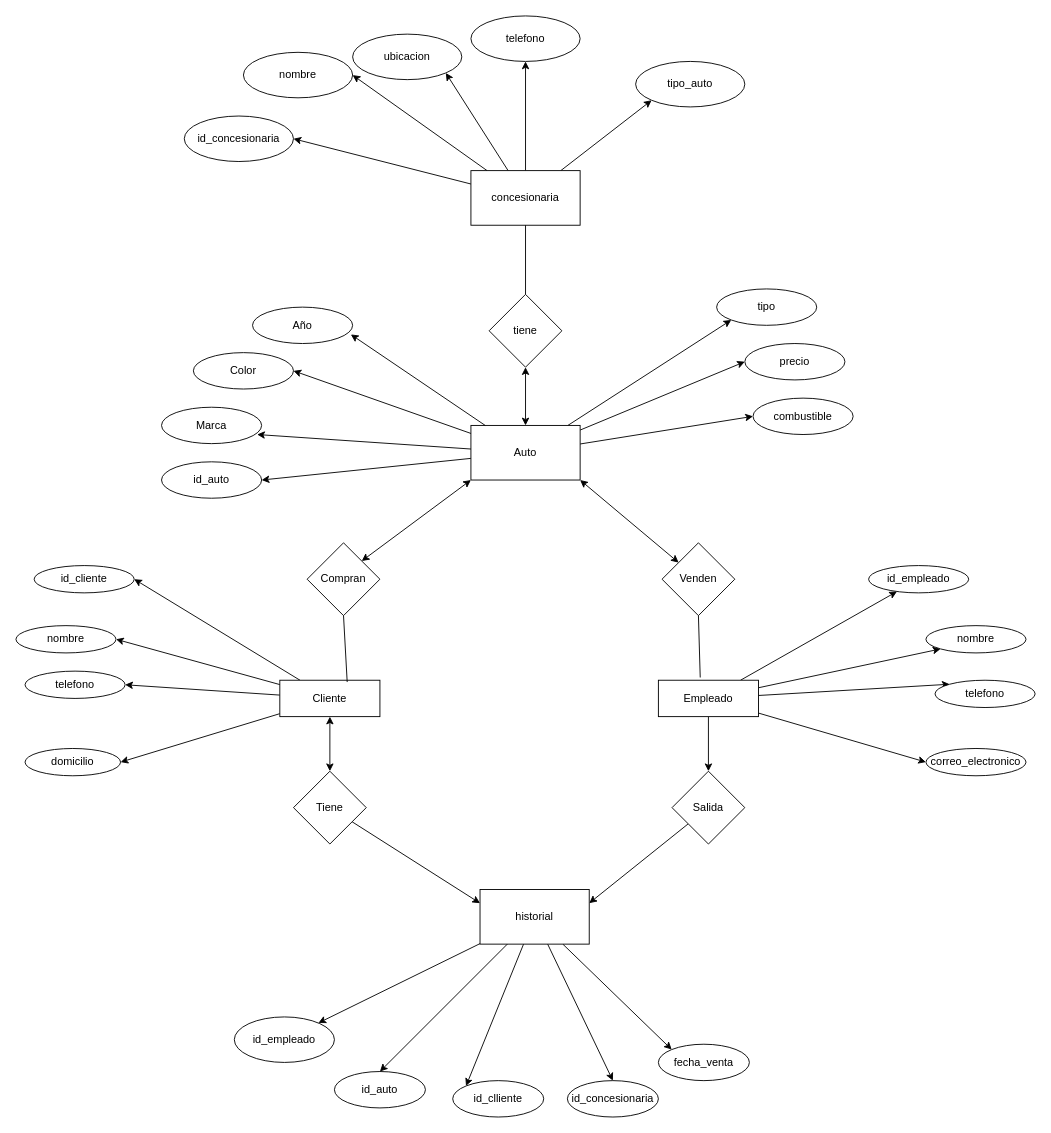
GerardoNR/fbd-gerardo-reyes keeps this draw.io diagram as page "Página-1" (1 of 2) of diagrama/consencionaria.drawio. Above is the earlier version. Source tidied: cells renumbered, new cells numbered last; positions are measured from the earlier drawing's top-left corner, leaving out a move shared by most shapes. Both pictures are drawn from the tidied source at 91%, with x=0, y=0 at pixel (15, 15).
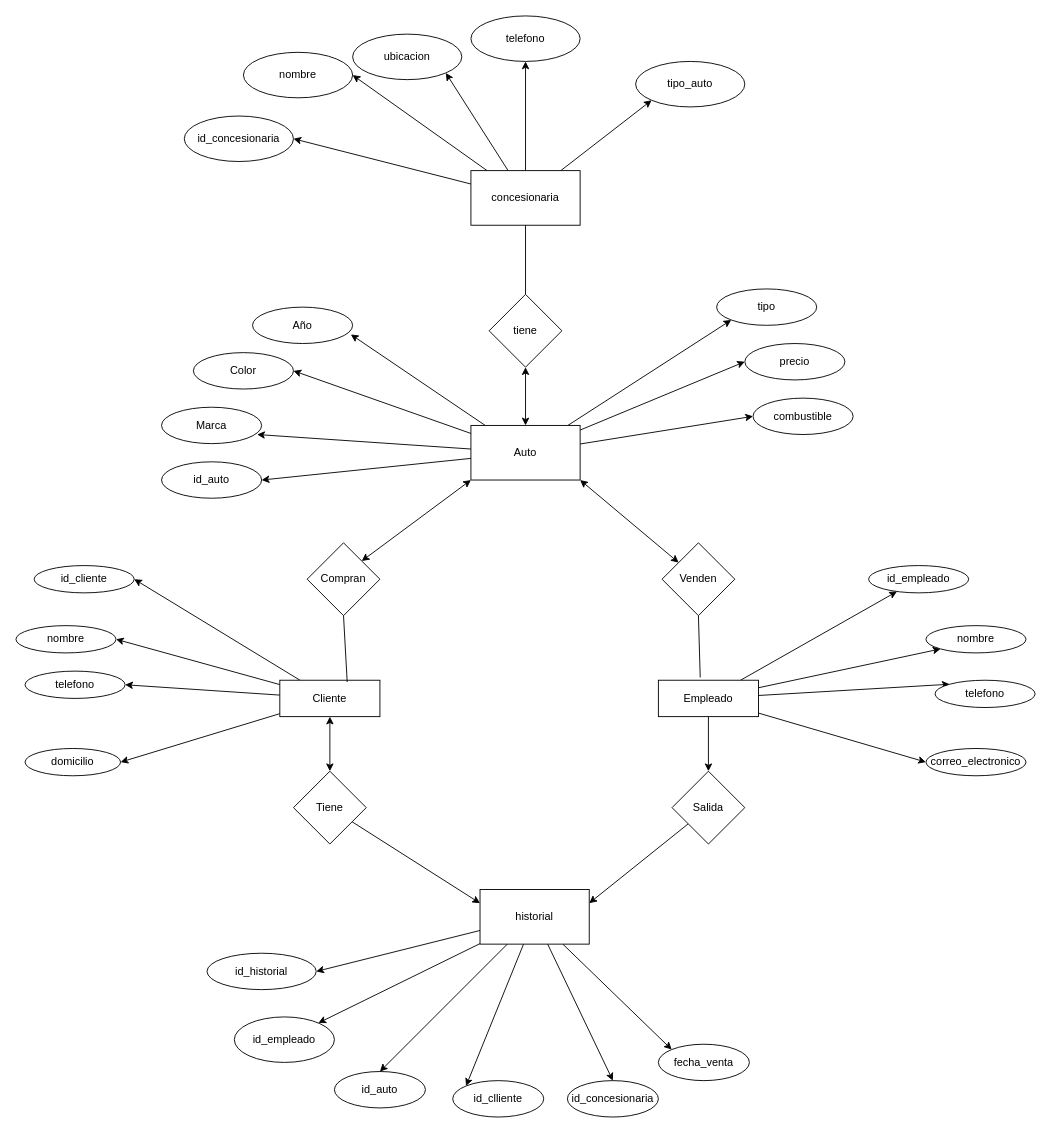
The same diagram, later.

The change refers to these unchanged cells:
```xml
<mxCell id="37" value="historial" style="rounded=0;whiteSpace=wrap;html=1;" parent="1" vertex="1">
  <mxGeometry x="510" y="960" width="120" height="60" as="geometry" />
</mxCell>
```

Change to the diagram source:
```diff
@@
+    <mxCell id="74" style="rounded=0;jettySize=auto;html=1;entryX=1;entryY=0.5;entryDx=0;entryDy=0;" parent="1" edge="1" source="37" target="75">
+      <mxGeometry relative="1" as="geometry" />
+    </mxCell>
@@
+    <mxCell id="75" value="id_historial" style="ellipse;whiteSpace=wrap;html=1;" parent="1" vertex="1">
+      <mxGeometry x="210" y="1030" width="120" height="40" as="geometry" />
+    </mxCell>
```
